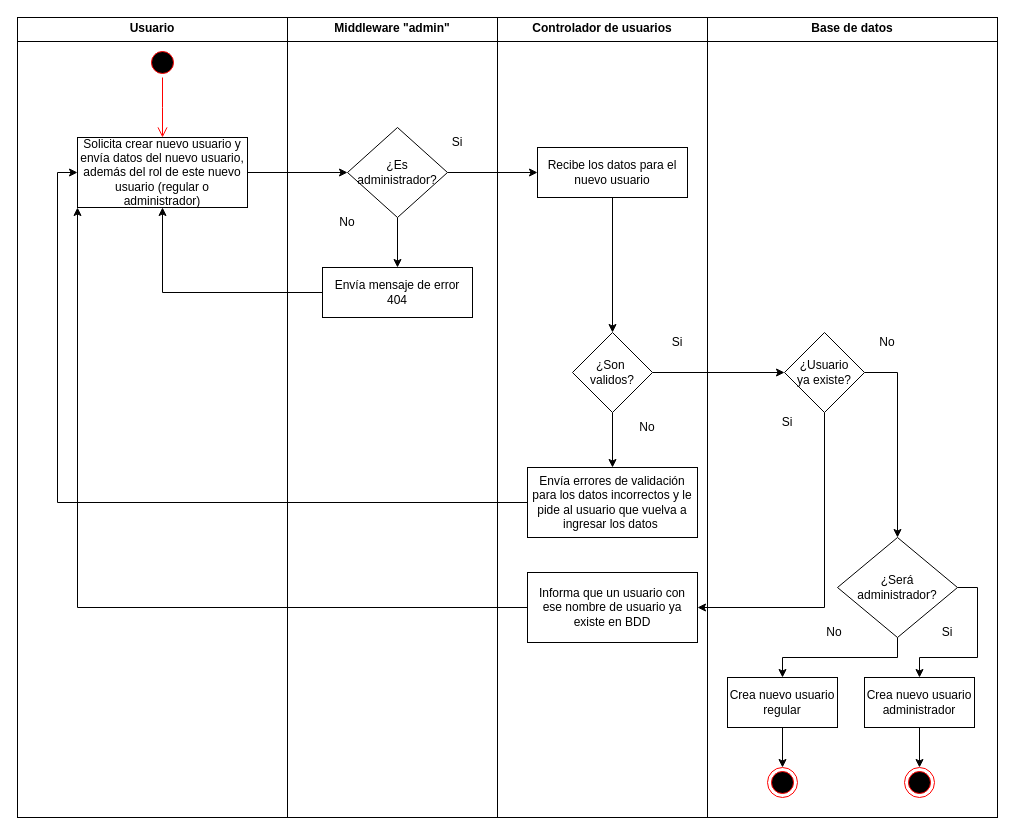
Before: page "Página-2" (2 of 4) of Diagramas actividad/actividad_usuario.drawio in MirroringCode/diagramas-del-csm, a draw.io diagram. Source tidied: cells renumbered, new cells numbered last; positions are measured from the earlier drawing's top-left corner, leaving out a move shared by most shapes. Both pictures are drawn from the tidied source at 100%, with x=0, y=0 at pixel (17, 17).
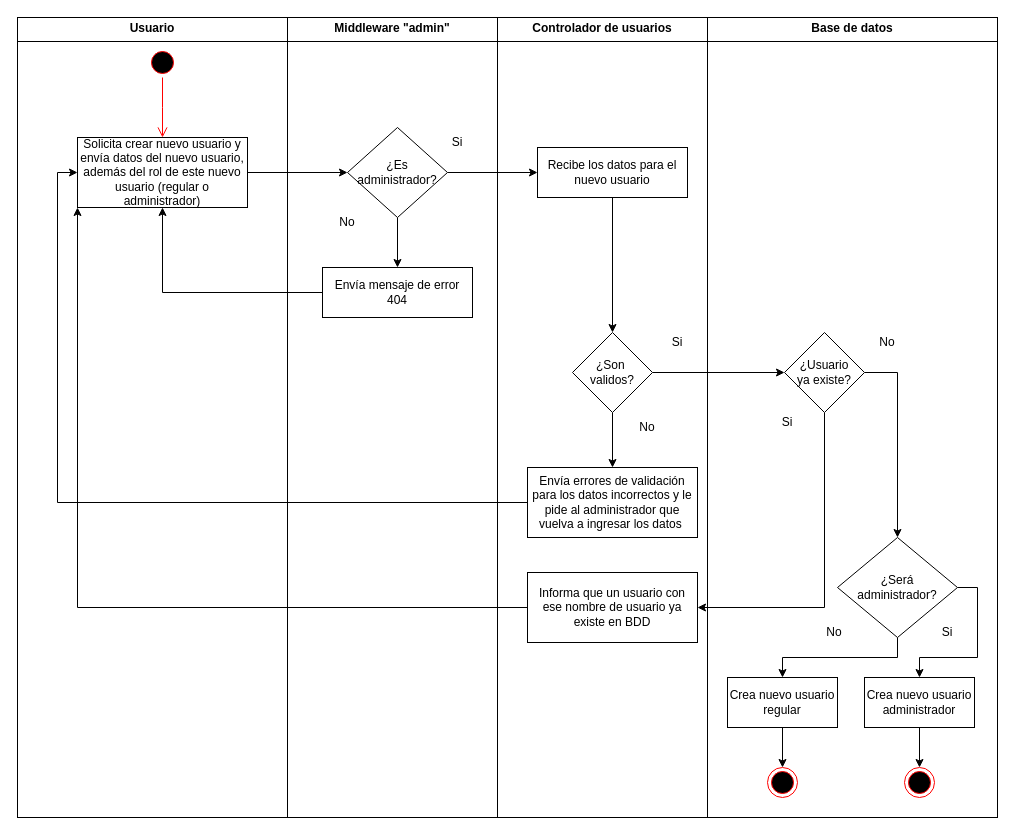
The same diagram, later.

Diff of the diagram source:
```diff
@@
-    <mxCell id="23" value="Envía errores de validación para los datos incorrectos y le pide al usuario que vuelva a ingresar los datos&amp;nbsp;" style="html=1;whiteSpace=wrap;" parent="1" vertex="1">
+    <mxCell id="23" value="Envía errores de validación para los datos incorrectos y le pide al administrador que vuelva a ingresar los datos&amp;nbsp;" style="html=1;whiteSpace=wrap;" parent="1" vertex="1">
       <mxGeometry x="510" y="450" width="170" height="70" as="geometry" />
     </mxCell>
```
